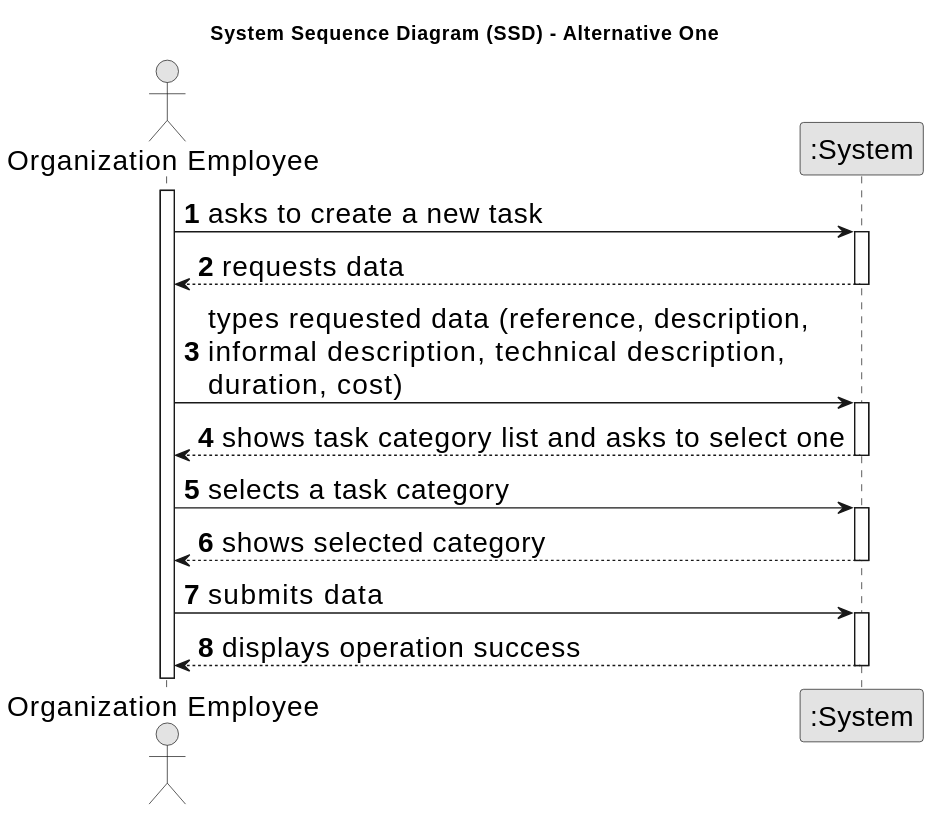
This is docs/sprintC/us010/01.requirements-engineering/svg/us010-system-sequence-diagram.svg from rita-barbosa/LAPR2-2223, a PlantUML export, as it was before one commit. Its diagram source:
```plantuml
@startuml
skinparamlocked defaultFontSize 20
skinparam monochrome true
skinparam packageStyle rectangle
skinparam shadowing false

title System Sequence Diagram (SSD) - Alternative One

autonumber

actor "Organization Employee" as Employee
participant ":System" as System

activate Employee

    Employee -> System : asks to create a new task
    activate System

        System --> Employee : requests data
    deactivate System

    Employee -> System : types requested data (reference, description, \ninformal description, technical description,\nduration, cost)
    activate System

        System --> Employee : shows task category list and asks to select one
    deactivate System

    Employee -> System : selects a task category
    activate System

        System --> Employee : shows selected category
    deactivate System

    Employee -> System : submits data
    activate System

        System --> Employee : displays operation success
    deactivate System
@enduml
```
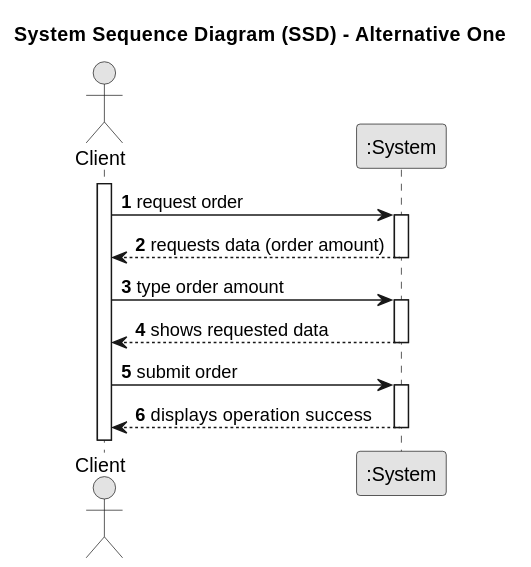
Later version of the same file.

Diff of the diagram source:
```diff
@@ -1,5 +1,4 @@
 @startuml
-skinparamlocked defaultFontSize 20
 skinparam monochrome true
 skinparam packageStyle rectangle
 skinparam shadowing false
@@ -8,32 +7,26 @@
 
 autonumber
 
-actor "Organization Employee" as Employee
+actor "Client" as Client
 participant ":System" as System
 
-activate Employee
+activate Client
 
-    Employee -> System : asks to create a new task
+    Client -> System : request order
     activate System
 
-        System --> Employee : requests data
+        System --> Client : requests data (order amount)
     deactivate System
 
-    Employee -> System : types requested data (reference, description, \ninformal description, technical description,\nduration, cost)
+    Client -> System : type order amount
     activate System
 
-        System --> Employee : shows task category list and asks to select one
+        System --> Client : shows requested data
     deactivate System
 
-    Employee -> System : selects a task category
+    Client -> System : submit order
     activate System
 
-        System --> Employee : shows selected category
-    deactivate System
-
-    Employee -> System : submits data
-    activate System
-
-        System --> Employee : displays operation success
+        System --> Client : displays operation success
     deactivate System
 @enduml
```
